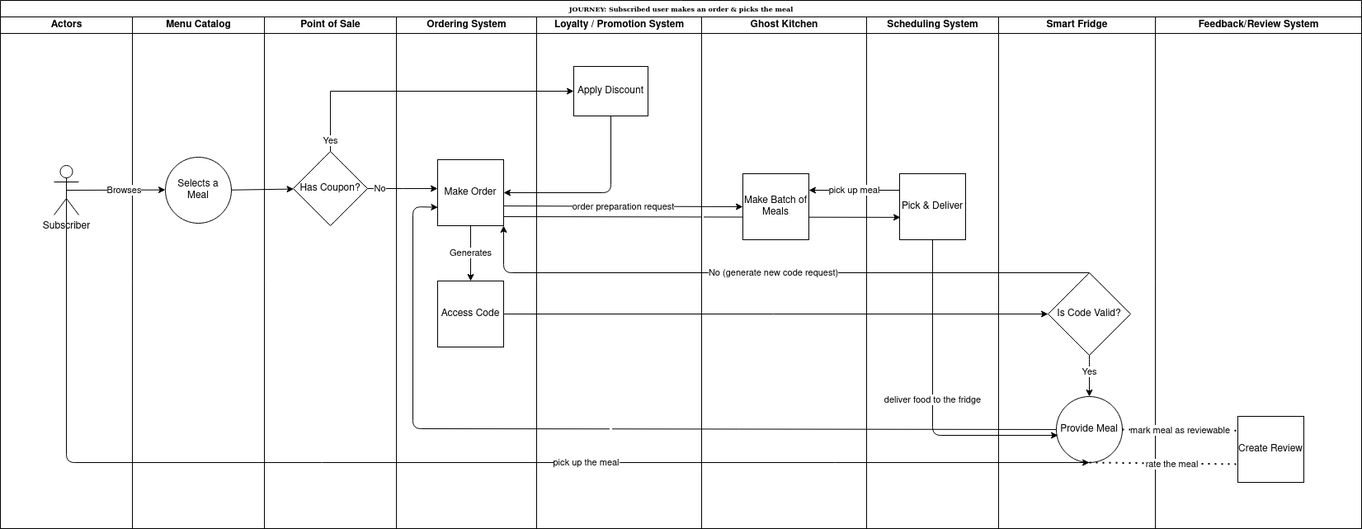
Above: img/user journey/Subscriber.png in ldynia/archcolider (draw.io), before the change. Source tidied: cells renumbered, new cells last; positions are measured from the earlier drawing's top-left corner, leaving out a move shared by most shapes. Source of this version:
```xml
<mxGraphModel background="#ffffff">
  <root>
    <mxCell id="0" />
    <mxCell id="1" parent="0" />
    <mxCell id="2" value="JOURNEY: Subscribed user makes an order &amp;amp; picks the meal" style="swimlane;html=1;startSize=20;rounded=0;shadow=0;labelBackgroundColor=none;strokeWidth=1;fontFamily=Verdana;fontSize=8;align=center;" parent="1" vertex="1">
      <mxGeometry width="1650" height="640" as="geometry" />
    </mxCell>
    <mxCell id="3" value="&amp;nbsp;" style="endArrow=classic;html=1;exitX=1.001;exitY=0.863;exitDx=0;exitDy=0;exitPerimeter=0;entryX=0.012;entryY=0.661;entryDx=0;entryDy=0;entryPerimeter=0;" parent="2" edge="1" source="11" target="20">
      <mxGeometry relative="1" as="geometry" />
    </mxCell>
    <mxCell id="4" value="&lt;div&gt;Actors&lt;/div&gt;" style="swimlane;html=1;startSize=20;" parent="2" vertex="1">
      <mxGeometry y="20" width="160" height="620" as="geometry" />
    </mxCell>
    <mxCell id="5" value="&lt;div&gt;Subscriber&lt;/div&gt;" style="shape=umlActor;verticalLabelPosition=bottom;verticalAlign=top;html=1;outlineConnect=0;" parent="4" vertex="1">
      <mxGeometry x="65" y="180" width="30" height="60" as="geometry" />
    </mxCell>
    <mxCell id="6" value="&lt;div&gt;Menu Catalog&lt;/div&gt;" style="swimlane;html=1;startSize=20;" parent="2" vertex="1">
      <mxGeometry x="160" y="20" width="160" height="620" as="geometry" />
    </mxCell>
    <mxCell id="7" value="Selects a Meal" style="ellipse;whiteSpace=wrap;html=1;" parent="6" vertex="1">
      <mxGeometry x="40" y="170" width="80" height="80" as="geometry" />
    </mxCell>
    <mxCell id="8" value="Point of Sale" style="swimlane;html=1;startSize=20;" parent="2" vertex="1">
      <mxGeometry x="320" y="20" width="160" height="620" as="geometry" />
    </mxCell>
    <mxCell id="9" value="Has Coupon?" style="rhombus;whiteSpace=wrap;html=1;" parent="8" vertex="1">
      <mxGeometry x="35" y="163" width="90" height="90" as="geometry" />
    </mxCell>
    <mxCell id="10" value="&lt;div&gt;Ordering System&lt;/div&gt;" style="swimlane;html=1;startSize=20;" parent="2" vertex="1">
      <mxGeometry x="480" y="20" width="170" height="620" as="geometry" />
    </mxCell>
    <mxCell id="11" value="&lt;div&gt;Make Order&lt;/div&gt;" style="whiteSpace=wrap;html=1;" parent="10" vertex="1">
      <mxGeometry x="50" y="173" width="80" height="80" as="geometry" />
    </mxCell>
    <mxCell id="12" value="Access Code" style="whiteSpace=wrap;html=1;" parent="10" vertex="1">
      <mxGeometry x="50" y="320" width="80" height="80" as="geometry" />
    </mxCell>
    <mxCell id="13" value="Generates" style="endArrow=classic;html=1;exitX=0.5;exitY=1;exitDx=0;exitDy=0;entryX=0.5;entryY=0;entryDx=0;entryDy=0;" parent="10" edge="1" source="11" target="12">
      <mxGeometry relative="1" as="geometry" />
    </mxCell>
    <mxCell id="14" value="Browses" style="endArrow=classic;html=1;exitX=0.5;exitY=0.5;exitDx=0;exitDy=0;exitPerimeter=0;" parent="2" edge="1" source="5" target="7">
      <mxGeometry x="0.17" relative="1" as="geometry" />
    </mxCell>
    <mxCell id="15" value="Loyalty / Promotion System" style="swimlane;html=1;startSize=20;" parent="2" vertex="1">
      <mxGeometry x="650" y="20" width="200" height="620" as="geometry" />
    </mxCell>
    <mxCell id="16" value="&lt;div&gt;Apply Discount&lt;/div&gt;" style="whiteSpace=wrap;html=1;" parent="15" vertex="1">
      <mxGeometry x="45" y="60" width="90" height="60" as="geometry" />
    </mxCell>
    <mxCell id="17" value="Ghost Kitchen" style="swimlane;html=1;startSize=20;" parent="2" vertex="1">
      <mxGeometry x="850" y="20" width="200" height="620" as="geometry" />
    </mxCell>
    <mxCell id="18" value="Make Batch of Meals" style="whiteSpace=wrap;html=1;" parent="17" vertex="1">
      <mxGeometry x="50" y="190" width="80" height="80" as="geometry" />
    </mxCell>
    <mxCell id="19" value="Scheduling System" style="swimlane;html=1;startSize=20;" parent="2" vertex="1">
      <mxGeometry x="1050" y="20" width="160" height="620" as="geometry" />
    </mxCell>
    <mxCell id="20" value="Pick &amp;amp; Deliver" style="whiteSpace=wrap;html=1;" parent="19" vertex="1">
      <mxGeometry x="40" y="190" width="80" height="80" as="geometry" />
    </mxCell>
    <mxCell id="21" value="Yes" style="edgeStyle=orthogonalEdgeStyle;rounded=0;jettySize=auto;html=1;exitX=0.5;exitY=0;exitDx=0;exitDy=0;" parent="2" edge="1" source="9" target="16">
      <mxGeometry x="-0.93" relative="1" as="geometry">
        <Array as="points">
          <mxPoint x="400" y="110" />
        </Array>
      </mxGeometry>
    </mxCell>
    <mxCell id="22" style="endArrow=classic;html=1;entryX=1;entryY=0.5;entryDx=0;entryDy=0;exitX=0.5;exitY=1;exitDx=0;exitDy=0;" parent="2" edge="1" source="16" target="11">
      <mxGeometry relative="1" as="geometry">
        <Array as="points">
          <mxPoint x="740" y="233" />
        </Array>
      </mxGeometry>
    </mxCell>
    <mxCell id="23" style="endArrow=classic;html=1;" parent="2" edge="1" source="7" target="9">
      <mxGeometry relative="1" as="geometry" />
    </mxCell>
    <mxCell id="24" value="No" style="edgeStyle=orthogonalEdgeStyle;rounded=0;jettySize=auto;html=1;" parent="2" edge="1" source="9" target="11">
      <mxGeometry x="-0.65" relative="1" as="geometry">
        <Array as="points">
          <mxPoint x="488" y="228" />
          <mxPoint x="488" y="228" />
        </Array>
      </mxGeometry>
    </mxCell>
    <mxCell id="25" value="order preparation request" style="endArrow=classic;html=1;exitX=1.004;exitY=0.701;exitDx=0;exitDy=0;entryX=0;entryY=0.5;entryDx=0;entryDy=0;exitPerimeter=0;" parent="2" edge="1" source="11" target="18">
      <mxGeometry relative="1" as="geometry" />
    </mxCell>
    <mxCell id="26" style="endArrow=classic;html=1;exitX=1;exitY=0.5;exitDx=0;exitDy=0;entryX=0;entryY=0.5;entryDx=0;entryDy=0;" parent="2" edge="1" source="12" target="29">
      <mxGeometry relative="1" as="geometry" />
    </mxCell>
    <mxCell id="27" value="Smart Fridge" style="swimlane;html=1;startSize=20;" parent="2" vertex="1">
      <mxGeometry x="1210" y="20" width="190" height="620" as="geometry" />
    </mxCell>
    <mxCell id="28" value="Provide Meal" style="ellipse;whiteSpace=wrap;html=1;" parent="27" vertex="1">
      <mxGeometry x="70" y="460" width="80" height="80" as="geometry" />
    </mxCell>
    <mxCell id="29" value="Is Code Valid?" style="rhombus;whiteSpace=wrap;html=1;" parent="27" vertex="1">
      <mxGeometry x="60" y="310" width="100" height="100" as="geometry" />
    </mxCell>
    <mxCell id="30" value="Yes" style="endArrow=classic;html=1;entryX=0.5;entryY=0;entryDx=0;entryDy=0;" parent="27" edge="1" target="28">
      <mxGeometry x="-0.2" relative="1" as="geometry">
        <mxPoint x="110" y="410" as="sourcePoint" />
        <Array as="points">
          <mxPoint x="110" y="420" />
        </Array>
      </mxGeometry>
    </mxCell>
    <mxCell id="31" value="No (generate new code request)" style="endArrow=classic;html=1;exitX=0.5;exitY=0;exitDx=0;exitDy=0;entryX=1;entryY=1;entryDx=0;entryDy=0;" parent="2" edge="1">
      <mxGeometry relative="1" as="geometry">
        <mxPoint x="1320" y="330" as="sourcePoint" />
        <mxPoint x="610" y="273" as="targetPoint" />
        <Array as="points">
          <mxPoint x="610" y="330" />
        </Array>
      </mxGeometry>
    </mxCell>
    <mxCell id="32" value="deliver food to the fridge" style="endArrow=classic;html=1;exitX=0.5;exitY=1;exitDx=0;exitDy=0;entryX=0.025;entryY=0.588;entryDx=0;entryDy=0;entryPerimeter=0;" parent="2" edge="1" source="20" target="28">
      <mxGeometry relative="1" as="geometry">
        <Array as="points">
          <mxPoint x="1130" y="527" />
        </Array>
      </mxGeometry>
    </mxCell>
    <mxCell id="33" value="pick up the meal" style="endArrow=classic;html=1;entryX=0.5;entryY=1;entryDx=0;entryDy=0;exitX=0.5;exitY=0.5;exitDx=0;exitDy=0;exitPerimeter=0;" parent="2" edge="1" source="5" target="28">
      <mxGeometry x="0.22" relative="1" as="geometry">
        <Array as="points">
          <mxPoint x="80" y="560" />
          <mxPoint x="700" y="560" />
        </Array>
      </mxGeometry>
    </mxCell>
    <mxCell id="34" value="&amp;nbsp;" style="endArrow=classic;html=1;entryX=0.005;entryY=0.721;entryDx=0;entryDy=0;entryPerimeter=0;" parent="2" edge="1" source="28" target="11">
      <mxGeometry relative="1" as="geometry">
        <Array as="points">
          <mxPoint x="500" y="519" />
          <mxPoint x="500" y="250" />
        </Array>
      </mxGeometry>
    </mxCell>
    <mxCell id="35" value="Feedback/Review System" style="swimlane;html=1;startSize=20;" parent="1" vertex="1">
      <mxGeometry x="1400" y="20" width="250" height="620" as="geometry" />
    </mxCell>
    <mxCell id="36" value="Create Review" style="whiteSpace=wrap;html=1;" parent="35" vertex="1">
      <mxGeometry x="100" y="484" width="80" height="80" as="geometry" />
    </mxCell>
    <mxCell id="37" value="pick up meal" style="endArrow=classic;html=1;exitX=0;exitY=0.25;exitDx=0;exitDy=0;" parent="1" edge="1" source="20">
      <mxGeometry relative="1" as="geometry">
        <mxPoint x="980" y="230" as="targetPoint" />
      </mxGeometry>
    </mxCell>
    <mxCell id="38" value="mark meal as reviewable" style="endArrow=none;dashed=1;html=1;dashPattern=1 3;strokeWidth=2;entryX=0.005;entryY=0.215;entryDx=0;entryDy=0;entryPerimeter=0;exitX=1;exitY=0.5;exitDx=0;exitDy=0;" parent="1" edge="1" source="28" target="36">
      <mxGeometry relative="1" as="geometry" />
    </mxCell>
    <mxCell id="39" value="rate the meal" style="endArrow=none;dashed=1;html=1;dashPattern=1 3;strokeWidth=2;exitX=0.5;exitY=1;exitDx=0;exitDy=0;entryX=0.01;entryY=0.724;entryDx=0;entryDy=0;entryPerimeter=0;" parent="1" edge="1" source="28" target="36">
      <mxGeometry x="0.11" y="-1" relative="1" as="geometry" />
    </mxCell>
  </root>
</mxGraphModel>
```
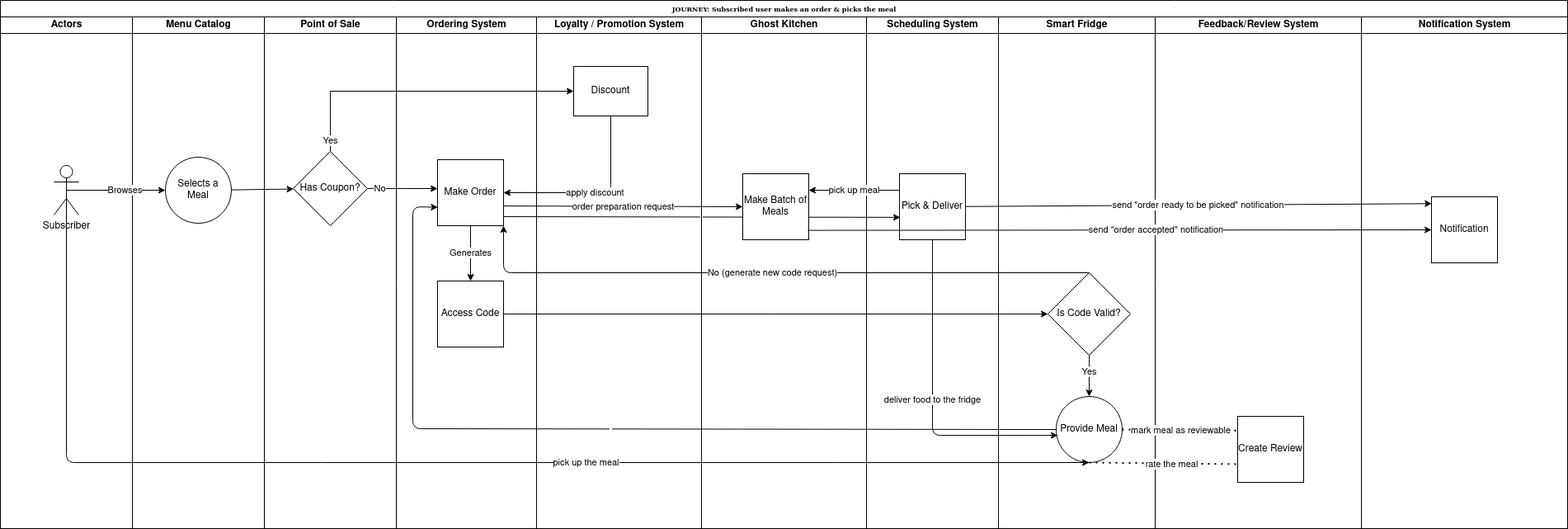
Above is the later version.

Diff of the diagram source:
```diff
@@ -3,7 +3,7 @@
     <mxCell id="0" />
     <mxCell id="1" parent="0" />
     <mxCell id="2" value="JOURNEY: Subscribed user makes an order &amp;amp; picks the meal" style="swimlane;html=1;startSize=20;rounded=0;shadow=0;labelBackgroundColor=none;strokeWidth=1;fontFamily=Verdana;fontSize=8;align=center;" parent="1" vertex="1">
-      <mxGeometry width="1650" height="640" as="geometry" />
+      <mxGeometry width="1900" height="640" as="geometry" />
     </mxCell>
     <mxCell id="3" value="&amp;nbsp;" style="endArrow=classic;html=1;exitX=1.001;exitY=0.863;exitDx=0;exitDy=0;exitPerimeter=0;entryX=0.012;entryY=0.661;entryDx=0;entryDy=0;entryPerimeter=0;" parent="2" edge="1" source="11" target="20">
       <mxGeometry relative="1" as="geometry" />
@@ -44,7 +44,7 @@
     <mxCell id="15" value="Loyalty / Promotion System" style="swimlane;html=1;startSize=20;" parent="2" vertex="1">
       <mxGeometry x="650" y="20" width="200" height="620" as="geometry" />
     </mxCell>
-    <mxCell id="16" value="&lt;div&gt;Apply Discount&lt;/div&gt;" style="whiteSpace=wrap;html=1;" parent="15" vertex="1">
+    <mxCell id="16" value="&lt;div&gt;Discount&lt;/div&gt;" style="whiteSpace=wrap;html=1;" parent="15" vertex="1">
       <mxGeometry x="45" y="60" width="90" height="60" as="geometry" />
     </mxCell>
     <mxCell id="17" value="Ghost Kitchen" style="swimlane;html=1;startSize=20;" parent="2" vertex="1">
@@ -66,7 +66,7 @@
         </Array>
       </mxGeometry>
     </mxCell>
-    <mxCell id="22" style="endArrow=classic;html=1;entryX=1;entryY=0.5;entryDx=0;entryDy=0;exitX=0.5;exitY=1;exitDx=0;exitDy=0;" parent="2" edge="1" source="16" target="11">
+    <mxCell id="22" value="apply discount" style="endArrow=classic;html=1;entryX=1;entryY=0.5;entryDx=0;entryDy=0;exitX=0.5;exitY=1;exitDx=0;exitDy=0;" parent="2" edge="1" source="16" target="11">
       <mxGeometry relative="1" as="geometry">
         <Array as="points">
           <mxPoint x="740" y="233" />
@@ -156,5 +156,20 @@
     <mxCell id="39" value="rate the meal" style="endArrow=none;dashed=1;html=1;dashPattern=1 3;strokeWidth=2;exitX=0.5;exitY=1;exitDx=0;exitDy=0;entryX=0.01;entryY=0.724;entryDx=0;entryDy=0;entryPerimeter=0;" parent="1" edge="1" source="28" target="36">
       <mxGeometry x="0.11" y="-1" relative="1" as="geometry" />
     </mxCell>
+    <mxCell id="40" value="Notification System" style="swimlane;html=1;startSize=20;" parent="1" vertex="1">
+      <mxGeometry x="1650" y="20" width="250" height="620" as="geometry" />
+    </mxCell>
+    <mxCell id="41" value="Notification" style="whiteSpace=wrap;html=1;" parent="40" vertex="1">
+      <mxGeometry x="85" y="218" width="80" height="80" as="geometry" />
+    </mxCell>
+    <mxCell id="42" style="endArrow=classic;html=1;exitX=0.985;exitY=0.858;exitDx=0;exitDy=0;exitPerimeter=0;entryX=0;entryY=0.5;entryDx=0;entryDy=0;" parent="1" edge="1" source="18" target="41">
+      <mxGeometry relative="1" as="geometry" />
+    </mxCell>
+    <mxCell id="43" value="send &quot;order accepted&quot; notification" style="edgeLabel;html=1;align=center;verticalAlign=middle;" parent="42" vertex="1">
+      <mxGeometry x="0.12" y="1" relative="1" as="geometry" />
+    </mxCell>
+    <mxCell id="44" value="send &quot;order ready to be picked&quot; notification" style="endArrow=classic;html=1;entryX=0.003;entryY=0.103;entryDx=0;entryDy=0;entryPerimeter=0;" parent="1" edge="1" source="20" target="41">
+      <mxGeometry relative="1" as="geometry" />
+    </mxCell>
   </root>
 </mxGraphModel>
```
